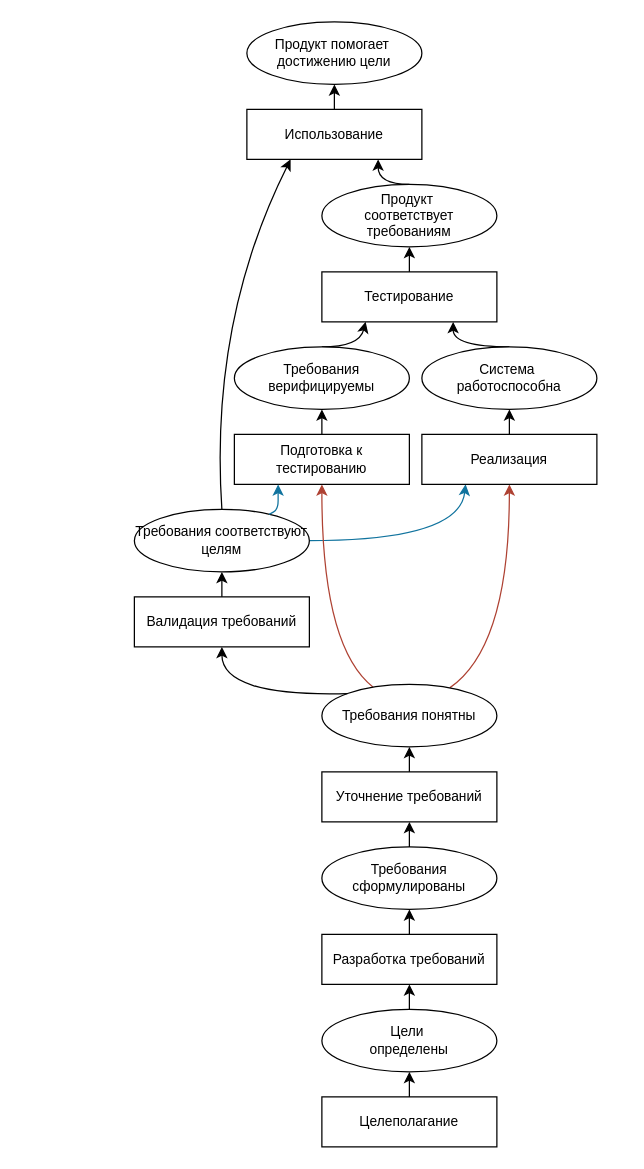
This is success-history.drawio from chaetal/why-test-first, a draw.io file, before an edit. Source tidied: cells renumbered, new cells numbered last; positions are measured from the earlier drawing's top-left corner, leaving out a move shared by most shapes. Both pictures are drawn from the tidied source at 125%, with x=0, y=0 at pixel (134, 21).
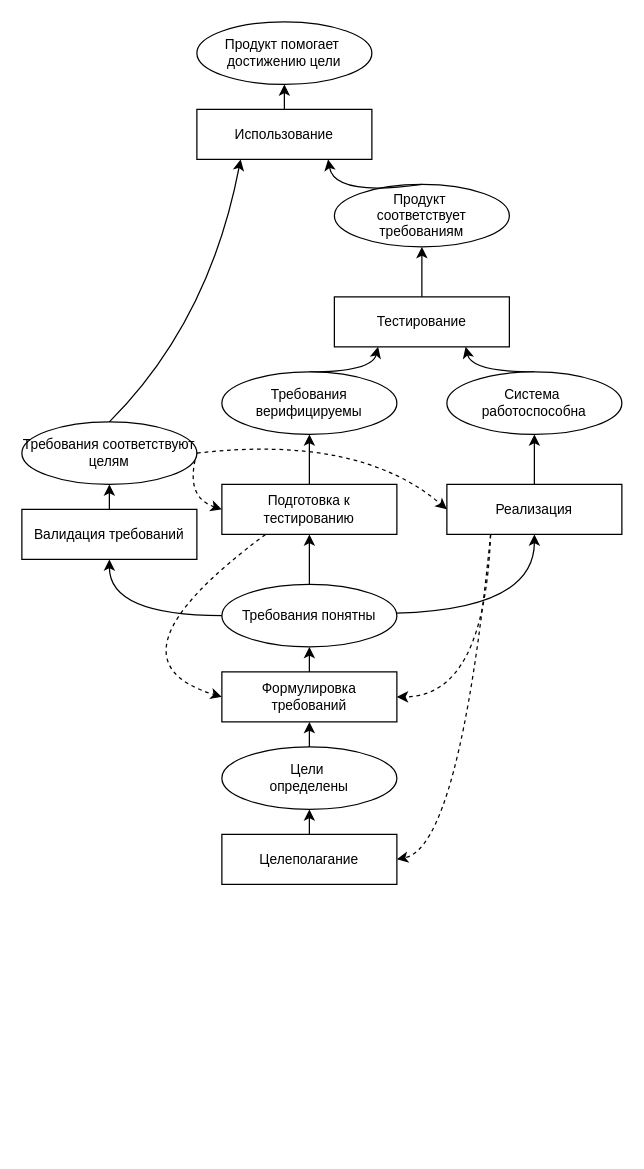
The same page after the edit.

Change to the diagram source:
```diff
@@
     <mxCell id="2" value="Продукт&amp;nbsp;&lt;div style=&quot;font-size: 11px;&quot;&gt;соответствует требованиям&lt;/div&gt;" style="ellipse;whiteSpace=wrap;html=1;fontSize=11;" parent="1" vertex="1">
-      <mxGeometry x="150" y="130" width="140" height="50" as="geometry" />
+      <mxGeometry x="160" y="130" width="140" height="50" as="geometry" />
     </mxCell>
-    <mxCell id="3" style="rounded=0;jettySize=auto;html=1;curved=1;entryX=0.25;entryY=1;entryDx=0;entryDy=0;fillColor=#b1ddf0;strokeColor=#10739e;" parent="1" edge="1" source="4" target="35">
+    <mxCell id="3" style="rounded=0;jettySize=auto;html=1;curved=1;entryX=0;entryY=0.5;entryDx=0;entryDy=0;dashed=1;exitX=1;exitY=0.5;exitDx=0;exitDy=0;" parent="1" edge="1" source="4" target="37">
       <mxGeometry relative="1" as="geometry">
         <Array as="points">
-          <mxPoint x="260" y="415" />
+          <mxPoint x="40" y="380" />
         </Array>
       </mxGeometry>
     </mxCell>
     <mxCell id="4" value="Требования соответствуют целям" style="ellipse;whiteSpace=wrap;html=1;fontSize=11;" parent="1" vertex="1">
-      <mxGeometry y="390" width="140" height="50" as="geometry" />
+      <mxGeometry x="-90" y="320" width="140" height="50" as="geometry" />
     </mxCell>
     <mxCell id="5" style="rounded=0;jettySize=auto;html=1;exitX=0.5;exitY=0;exitDx=0;exitDy=0;fontSize=11;curved=1;entryX=0.75;entryY=1;entryDx=0;entryDy=0;" parent="1" edge="1" source="32" target="18">
       <mxGeometry relative="1" as="geometry">
         <Array as="points">
-          <mxPoint x="255" y="260" />
+          <mxPoint x="270" y="280" />
         </Array>
       </mxGeometry>
     </mxCell>
     <mxCell id="6" style="rounded=0;jettySize=auto;html=1;exitX=0.5;exitY=0;exitDx=0;exitDy=0;entryX=0.25;entryY=1;entryDx=0;entryDy=0;fontSize=11;curved=1;" parent="1" edge="1" source="33" target="18">
       <mxGeometry relative="1" as="geometry">
         <Array as="points">
-          <mxPoint x="180" y="260" />
+          <mxPoint x="190" y="280" />
         </Array>
       </mxGeometry>
     </mxCell>
-    <mxCell id="7" style="rounded=0;jettySize=auto;html=1;exitX=0.5;exitY=0;exitDx=0;exitDy=0;entryX=0.5;entryY=1;entryDx=0;entryDy=0;fontSize=11;" parent="1" edge="1" source="8" target="31">
-      <mxGeometry relative="1" as="geometry" />
-    </mxCell>
-    <mxCell id="8" value="Требования сформулированы" style="ellipse;whiteSpace=wrap;html=1;fontSize=11;" parent="1" vertex="1">
-      <mxGeometry x="150" y="660" width="140" height="50" as="geometry" />
-    </mxCell>
-    <mxCell id="9" style="rounded=0;jettySize=auto;html=1;entryX=0.5;entryY=1;entryDx=0;entryDy=0;fontSize=11;" parent="1" edge="1" source="10" target="22">
+    <mxCell id="9" style="rounded=0;jettySize=auto;html=1;entryX=0.5;entryY=1;entryDx=0;entryDy=0;fontSize=11;" parent="1" edge="1" source="10" target="31">
       <mxGeometry relative="1" as="geometry" />
     </mxCell>
     <mxCell id="10" value="Цели&amp;nbsp;&lt;div style=&quot;font-size: 11px;&quot;&gt;&lt;span style=&quot;background-color: initial; font-size: 11px;&quot;&gt;определены&lt;/span&gt;&lt;/div&gt;" style="ellipse;whiteSpace=wrap;html=1;fontSize=11;" parent="1" vertex="1">
-      <mxGeometry x="150" y="790" width="140" height="50" as="geometry" />
+      <mxGeometry x="70" y="580" width="140" height="50" as="geometry" />
     </mxCell>
     <mxCell id="11" value="Продукт помогает&amp;nbsp;&lt;div style=&quot;font-size: 11px;&quot;&gt;достижению цели&lt;/div&gt;" style="ellipse;whiteSpace=wrap;html=1;fontSize=11;" parent="1" vertex="1">
-      <mxGeometry x="90" width="140" height="50" as="geometry" />
+      <mxGeometry x="50" width="140" height="50" as="geometry" />
     </mxCell>
     <mxCell id="12" style="endArrow=classic;html=1;rounded=0;exitX=0.5;exitY=0;exitDx=0;exitDy=0;entryX=0.75;entryY=1;entryDx=0;entryDy=0;fontSize=11;curved=1;" parent="1" edge="1" source="2" target="16">
       <mxGeometry relative="1" as="geometry">
         <Array as="points">
-          <mxPoint x="195" y="130" />
+          <mxPoint x="160" y="140" />
         </Array>
       </mxGeometry>
     </mxCell>
@@
     <mxCell id="16" value="Использование" style="rounded=0;whiteSpace=wrap;html=1;fontSize=11;" parent="1" vertex="1">
-      <mxGeometry x="90" y="70" width="140" height="40" as="geometry" />
+      <mxGeometry x="50" y="70" width="140" height="40" as="geometry" />
     </mxCell>
@@
     <mxCell id="18" value="Тестирование" style="whiteSpace=wrap;html=1;fontSize=11;" parent="1" vertex="1">
-      <mxGeometry x="150" y="200" width="140" height="40" as="geometry" />
+      <mxGeometry x="160" y="220" width="140" height="40" as="geometry" />
     </mxCell>
@@
     <mxCell id="20" value="Валидация требований" style="whiteSpace=wrap;html=1;fontSize=11;" parent="1" vertex="1">
-      <mxGeometry y="460" width="140" height="40" as="geometry" />
+      <mxGeometry x="-90" y="390" width="140" height="40" as="geometry" />
     </mxCell>
-    <mxCell id="21" style="rounded=0;jettySize=auto;html=1;exitX=0.5;exitY=0;exitDx=0;exitDy=0;entryX=0.5;entryY=1;entryDx=0;entryDy=0;fontSize=11;" parent="1" edge="1" source="22" target="8">
-      <mxGeometry relative="1" as="geometry" />
-    </mxCell>
-    <mxCell id="22" value="&lt;div style=&quot;font-size: 11px;&quot;&gt;Разработка&amp;nbsp;&lt;span style=&quot;background-color: initial; font-size: 11px;&quot;&gt;требований&lt;/span&gt;&lt;/div&gt;" style="whiteSpace=wrap;html=1;fontSize=11;" parent="1" vertex="1">
-      <mxGeometry x="150" y="730" width="140" height="40" as="geometry" />
-    </mxCell>
@@
     <mxCell id="24" value="Целеполаган&lt;span style=&quot;background-color: initial; font-size: 11px;&quot;&gt;ие&lt;/span&gt;" style="whiteSpace=wrap;html=1;fontSize=11;" parent="1" vertex="1">
-      <mxGeometry x="150" y="860" width="140" height="40" as="geometry" />
+      <mxGeometry x="70" y="650" width="140" height="40" as="geometry" />
     </mxCell>
-    <mxCell id="25" style="edgeStyle=orthogonalEdgeStyle;rounded=0;orthogonalLoop=1;jettySize=auto;html=1;exitX=0.5;exitY=1;exitDx=0;exitDy=0;fontSize=11;" parent="1" edge="1" source="8" target="8">
-      <mxGeometry relative="1" as="geometry" />
+    <mxCell id="25" style="edgeStyle=orthogonalEdgeStyle;rounded=0;orthogonalLoop=1;jettySize=auto;html=1;exitX=0.5;exitY=1;exitDx=0;exitDy=0;fontSize=11;" parent="1" edge="1">
+      <mxGeometry relative="1" as="geometry">
+        <mxPoint x="140" y="630" as="sourcePoint" />
+        <mxPoint x="140" y="630" as="targetPoint" />
+      </mxGeometry>
     </mxCell>
-    <mxCell id="26" style="rounded=0;jettySize=auto;html=1;entryX=0.5;entryY=1;entryDx=0;entryDy=0;curved=1;fillColor=#fad9d5;strokeColor=#ae4132;" parent="1" edge="1" source="28" target="37">
-      <mxGeometry relative="1" as="geometry">
-        <Array as="points">
-          <mxPoint x="150" y="500" />
-        </Array>
-      </mxGeometry>
+    <mxCell id="26" style="rounded=0;jettySize=auto;html=1;entryX=0.5;entryY=1;entryDx=0;entryDy=0;curved=1;" parent="1" edge="1" source="28" target="37">
+      <mxGeometry relative="1" as="geometry" />
     </mxCell>
-    <mxCell id="27" style="rounded=0;jettySize=auto;html=1;entryX=0.5;entryY=1;entryDx=0;entryDy=0;curved=1;fillColor=#fad9d5;strokeColor=#ae4132;" parent="1" edge="1" source="28" target="35">
+    <mxCell id="27" style="rounded=0;jettySize=auto;html=1;entryX=0.5;entryY=1;entryDx=0;entryDy=0;curved=1;" parent="1" edge="1" source="28" target="35">
       <mxGeometry relative="1" as="geometry">
         <Array as="points">
-          <mxPoint x="300" y="500" />
+          <mxPoint x="320" y="470" />
         </Array>
       </mxGeometry>
     </mxCell>
     <mxCell id="28" value="Требования понятны" style="ellipse;whiteSpace=wrap;html=1;fontSize=11;" parent="1" vertex="1">
-      <mxGeometry x="150" y="530" width="140" height="50" as="geometry" />
+      <mxGeometry x="70" y="450" width="140" height="50" as="geometry" />
     </mxCell>
-    <mxCell id="29" style="rounded=0;jettySize=auto;html=1;exitX=0;exitY=0;exitDx=0;exitDy=0;entryX=0.5;entryY=1;entryDx=0;entryDy=0;curved=1;" parent="1" edge="1" source="28" target="20">
+    <mxCell id="29" style="rounded=0;jettySize=auto;html=1;exitX=0;exitY=0.5;exitDx=0;exitDy=0;entryX=0.5;entryY=1;entryDx=0;entryDy=0;curved=1;" parent="1" edge="1" source="28" target="20">
       <mxGeometry relative="1" as="geometry">
         <Array as="points">
-          <mxPoint x="70" y="540" />
+          <mxPoint x="-20" y="475" />
         </Array>
       </mxGeometry>
     </mxCell>
@@
-    <mxCell id="31" value="Уточнение требований" style="whiteSpace=wrap;html=1;fontSize=11;" parent="1" vertex="1">
-      <mxGeometry x="150" y="600" width="140" height="40" as="geometry" />
+    <mxCell id="31" value="Формулировка требований" style="whiteSpace=wrap;html=1;fontSize=11;" parent="1" vertex="1">
+      <mxGeometry x="70" y="520" width="140" height="40" as="geometry" />
     </mxCell>
     <mxCell id="32" value="Система&amp;nbsp;&lt;div&gt;работоспособна&lt;/div&gt;" style="ellipse;whiteSpace=wrap;html=1;fontSize=11;" parent="1" vertex="1">
-      <mxGeometry x="230" y="260" width="140" height="50" as="geometry" />
+      <mxGeometry x="250" y="280" width="140" height="50" as="geometry" />
     </mxCell>
     <mxCell id="33" value="Требования верифицируемы" style="ellipse;whiteSpace=wrap;html=1;fontSize=11;" parent="1" vertex="1">
-      <mxGeometry x="80" y="260" width="140" height="50" as="geometry" />
+      <mxGeometry x="70" y="280" width="140" height="50" as="geometry" />
     </mxCell>
@@
+    <mxCell id="39" style="rounded=0;jettySize=auto;html=1;entryX=1;entryY=0.5;entryDx=0;entryDy=0;exitX=0.25;exitY=1;exitDx=0;exitDy=0;curved=1;dashed=1;" parent="1" edge="1" source="35" target="31">
+      <mxGeometry relative="1" as="geometry">
+        <Array as="points">
+          <mxPoint x="280" y="540" />
+        </Array>
+      </mxGeometry>
+    </mxCell>
+    <mxCell id="40" style="rounded=0;jettySize=auto;html=1;entryX=1;entryY=0.5;entryDx=0;entryDy=0;curved=1;dashed=1;exitX=0.25;exitY=1;exitDx=0;exitDy=0;" parent="1" edge="1" source="35" target="24">
+      <mxGeometry relative="1" as="geometry">
+        <Array as="points">
+          <mxPoint x="260" y="660" />
+        </Array>
+      </mxGeometry>
+    </mxCell>
     <mxCell id="35" value="Реализация" style="whiteSpace=wrap;html=1;fontSize=11;" parent="1" vertex="1">
-      <mxGeometry x="230" y="330" width="140" height="40" as="geometry" />
+      <mxGeometry x="250" y="370" width="140" height="40" as="geometry" />
     </mxCell>
@@
+    <mxCell id="41" style="rounded=0;jettySize=auto;html=1;entryX=0;entryY=0.5;entryDx=0;entryDy=0;exitX=0.25;exitY=1;exitDx=0;exitDy=0;curved=1;dashed=1;" parent="1" edge="1" source="37" target="31">
+      <mxGeometry relative="1" as="geometry">
+        <Array as="points">
+          <mxPoint x="-30" y="510" />
+        </Array>
+      </mxGeometry>
+    </mxCell>
     <mxCell id="37" value="Подготовка к тестированию" style="whiteSpace=wrap;html=1;fontSize=11;" parent="1" vertex="1">
-      <mxGeometry x="80" y="330" width="140" height="40" as="geometry" />
+      <mxGeometry x="70" y="370" width="140" height="40" as="geometry" />
     </mxCell>
-    <mxCell id="38" style="rounded=1;jettySize=auto;html=1;entryX=0.25;entryY=1;entryDx=0;entryDy=0;curved=0;fillColor=#b1ddf0;strokeColor=#10739e;" parent="1" edge="1" source="4" target="37">
+    <mxCell id="38" style="rounded=0;jettySize=auto;html=1;entryX=0;entryY=0.5;entryDx=0;entryDy=0;curved=1;dashed=1;exitX=1;exitY=0.5;exitDx=0;exitDy=0;" parent="1" edge="1" source="4" target="35">
       <mxGeometry relative="1" as="geometry">
         <Array as="points">
-          <mxPoint x="115" y="390" />
+          <mxPoint x="180" y="330" />
         </Array>
       </mxGeometry>
     </mxCell>
```
